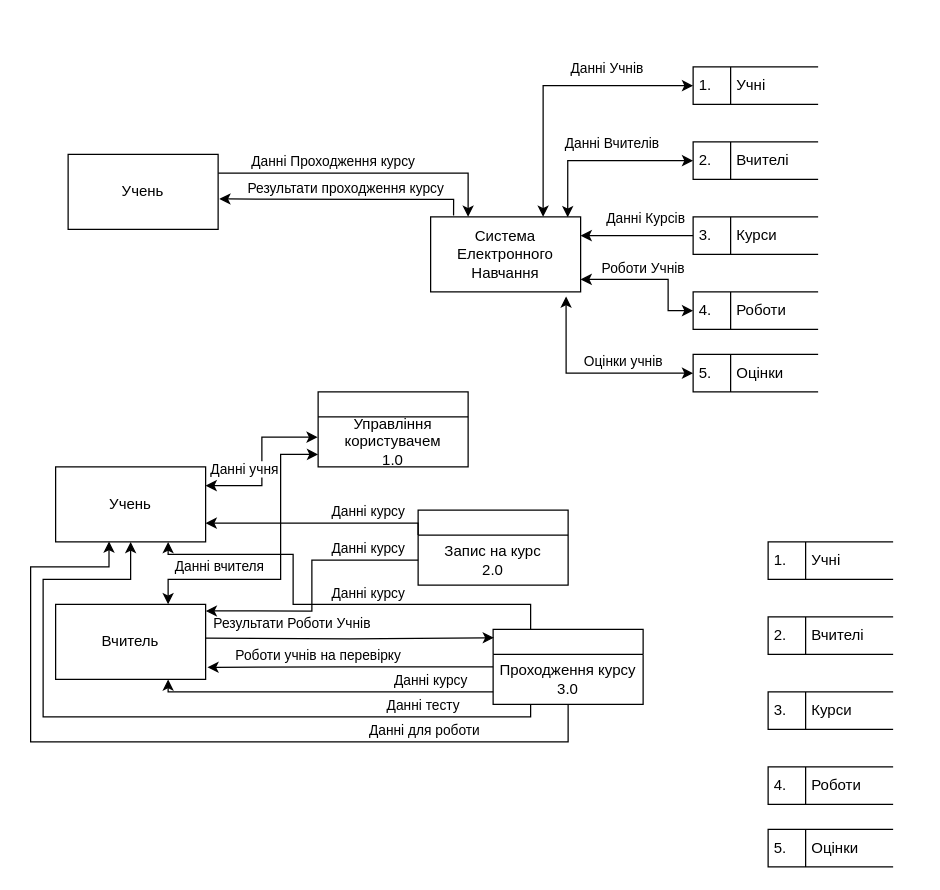
SlayVic/Charts keeps this draw.io diagram as page "DFD 0 level" (3 of 4) of LR2.drawio. Above is the earlier version. Source tidied: cells renumbered, new cells numbered last; positions are measured from the earlier drawing's top-left corner, leaving out a move shared by most shapes. Both pictures are drawn from the tidied source at 125%, with x=0, y=0 at pixel (30, 66).
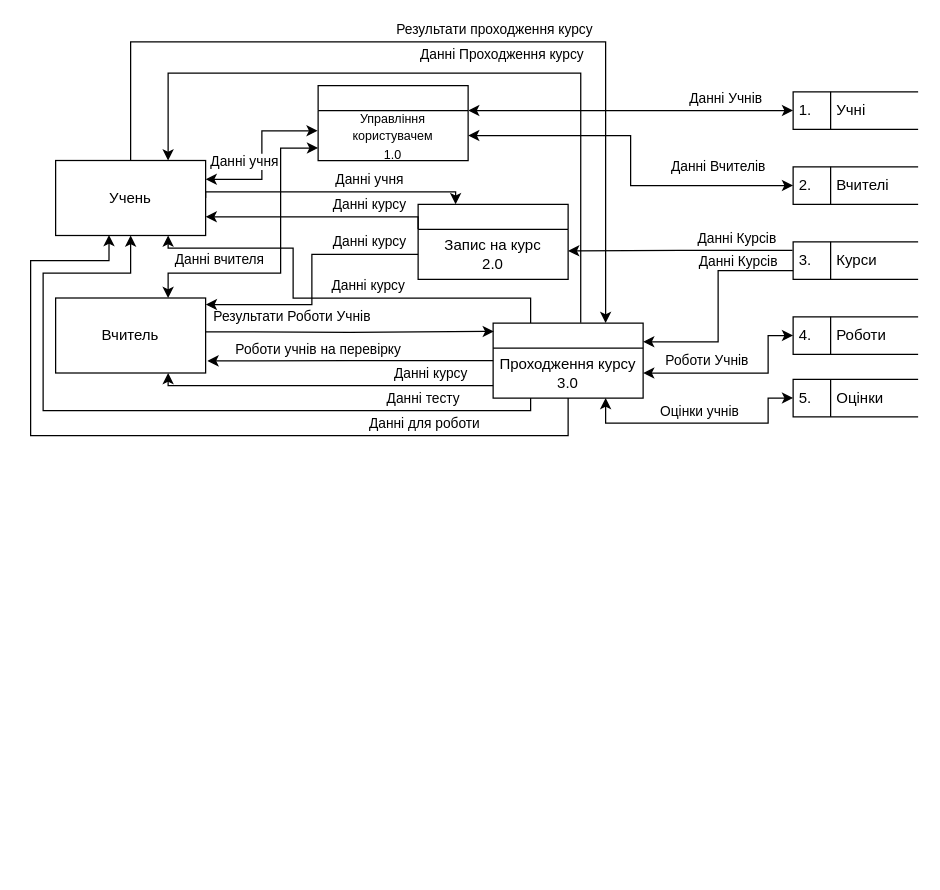
After the change.

Commit message:
DFD 0 level done (I hope so)

The change refers to these unchanged cells:
```xml
<mxCell id="27" style="swimlane;fontStyle=0;horizontal=1;startSize=20;fillColor=#ffffff;swimlaneFillColor=#ffffff;" parent="26" vertex="1">
  <mxGeometry width="120" height="60" as="geometry" />
</mxCell>
<mxCell id="28" value="Запис на курс&lt;br&gt;2.0" style="text;html=1;strokeColor=none;fillColor=none;align=center;verticalAlign=middle;whiteSpace=wrap;rounded=0;" parent="26" vertex="1">
  <mxGeometry y="20" width="120" height="40" as="geometry" />
</mxCell>
<mxCell id="30" style="swimlane;fontStyle=0;horizontal=1;startSize=20;fillColor=#ffffff;swimlaneFillColor=#ffffff;" parent="29" vertex="1">
  <mxGeometry width="120" height="60" as="geometry" />
</mxCell>
<mxCell id="31" value="Проходження курсу&lt;br&gt;3.0" style="text;html=1;strokeColor=none;fillColor=none;align=center;verticalAlign=middle;whiteSpace=wrap;rounded=0;" parent="29" vertex="1">
  <mxGeometry y="20" width="120" height="40" as="geometry" />
</mxCell>
```

The edit, as a diff of the source:
```diff
@@
-    <mxCell id="2" style="edgeStyle=orthogonalEdgeStyle;rounded=0;jettySize=auto;html=1;exitX=0.75;exitY=0;exitDx=0;exitDy=0;entryX=0;entryY=0.5;entryDx=0;entryDy=0;endArrow=classic;endFill=1;startArrow=classic;startFill=1;" parent="1" edge="1" source="4" target="10">
-      <mxGeometry relative="1" as="geometry" />
-    </mxCell>
-    <mxCell id="3" value="Данні Учнів" style="edgeLabel;html=1;align=center;verticalAlign=middle;" parent="2" vertex="1">
-      <mxGeometry x="0.26" y="1" relative="1" as="geometry">
-        <mxPoint x="13" y="-14" as="offset" />
-      </mxGeometry>
-    </mxCell>
-    <mxCell id="4" value="&lt;span&gt;Система Електронного&lt;/span&gt;&lt;br&gt;&lt;span&gt;Навчання&lt;/span&gt;" style="rounded=0;whiteSpace=wrap;html=1;" parent="1" vertex="1">
-      <mxGeometry x="320" y="120" width="120" height="60" as="geometry" />
-    </mxCell>
-    <mxCell id="5" style="edgeStyle=orthogonalEdgeStyle;rounded=0;jettySize=auto;html=1;exitX=1;exitY=0.25;exitDx=0;exitDy=0;entryX=0.25;entryY=0;entryDx=0;entryDy=0;endArrow=classic;endFill=1;" parent="1" edge="1" source="9" target="4">
-      <mxGeometry relative="1" as="geometry" />
-    </mxCell>
-    <mxCell id="6" value="Данні Проходження курсу" style="edgeLabel;html=1;align=center;verticalAlign=middle;" parent="5" vertex="1">
-      <mxGeometry x="-0.56" y="1" relative="1" as="geometry">
-        <mxPoint x="39" y="-9" as="offset" />
-      </mxGeometry>
-    </mxCell>
-    <mxCell id="7" style="edgeStyle=orthogonalEdgeStyle;rounded=0;jettySize=auto;html=1;exitX=0.153;exitY=-0.017;exitDx=0;exitDy=0;entryX=1.008;entryY=0.594;entryDx=0;entryDy=0;entryPerimeter=0;endArrow=classic;endFill=1;exitPerimeter=0;" parent="1" edge="1" source="4" target="9">
-      <mxGeometry relative="1" as="geometry">
-        <Array as="points">
-          <mxPoint x="338" y="106" />
-          <mxPoint x="280" y="106" />
-        </Array>
-      </mxGeometry>
-    </mxCell>
-    <mxCell id="8" value="Результати проходження курсу" style="edgeLabel;html=1;align=center;verticalAlign=middle;" parent="7" vertex="1">
-      <mxGeometry x="-0.53" y="-1" relative="1" as="geometry">
-        <mxPoint x="-53" y="-9" as="offset" />
-      </mxGeometry>
-    </mxCell>
-    <mxCell id="9" value="Учень" style="rounded=0;whiteSpace=wrap;html=1;" parent="1" vertex="1">
-      <mxGeometry x="30" y="70" width="120" height="60" as="geometry" />
-    </mxCell>
-    <mxCell id="10" value="1.&amp;nbsp; &amp;nbsp; &amp;nbsp; Учні" style="html=1;dashed=0;whitespace=wrap;shape=mxgraph.dfd.dataStoreID;align=left;spacingLeft=3;points=[[0,0],[0.5,0],[1,0],[0,0.5],[1,0.5],[0,1],[0.5,1],[1,1]];" parent="1" vertex="1">
-      <mxGeometry x="530" width="100" height="30" as="geometry" />
-    </mxCell>
-    <mxCell id="11" style="edgeStyle=orthogonalEdgeStyle;rounded=0;jettySize=auto;html=1;exitX=0;exitY=0.5;exitDx=0;exitDy=0;entryX=0.914;entryY=0.006;entryDx=0;entryDy=0;entryPerimeter=0;startArrow=classic;startFill=1;endArrow=classic;endFill=1;" parent="1" edge="1" source="13" target="4">
-      <mxGeometry relative="1" as="geometry" />
-    </mxCell>
-    <mxCell id="12" value="Данні Вчителів" style="edgeLabel;html=1;align=center;verticalAlign=middle;" parent="11" vertex="1">
-      <mxGeometry x="-0.09" relative="1" as="geometry">
-        <mxPoint y="-15" as="offset" />
-      </mxGeometry>
-    </mxCell>
-    <mxCell id="13" value="2.&amp;nbsp; &amp;nbsp; &amp;nbsp; Вчителі" style="html=1;dashed=0;whitespace=wrap;shape=mxgraph.dfd.dataStoreID;align=left;spacingLeft=3;points=[[0,0],[0.5,0],[1,0],[0,0.5],[1,0.5],[0,1],[0.5,1],[1,1]];" parent="1" vertex="1">
-      <mxGeometry x="530" y="60" width="100" height="30" as="geometry" />
-    </mxCell>
-    <mxCell id="14" style="edgeStyle=orthogonalEdgeStyle;rounded=0;jettySize=auto;html=1;exitX=0;exitY=0.5;exitDx=0;exitDy=0;entryX=1;entryY=0.25;entryDx=0;entryDy=0;startArrow=none;startFill=0;endArrow=classic;endFill=1;" parent="1" edge="1" source="16" target="4">
-      <mxGeometry relative="1" as="geometry" />
-    </mxCell>
-    <mxCell id="15" value="Данні Курсів" style="edgeLabel;html=1;align=center;verticalAlign=middle;" parent="14" vertex="1">
-      <mxGeometry x="0.25" y="-1" relative="1" as="geometry">
-        <mxPoint x="17" y="-14" as="offset" />
-      </mxGeometry>
-    </mxCell>
-    <mxCell id="16" value="3.&amp;nbsp; &amp;nbsp; &amp;nbsp; Курси" style="html=1;dashed=0;whitespace=wrap;shape=mxgraph.dfd.dataStoreID;align=left;spacingLeft=3;points=[[0,0],[0.5,0],[1,0],[0,0.5],[1,0.5],[0,1],[0.5,1],[1,1]];" parent="1" vertex="1">
-      <mxGeometry x="530" y="120" width="100" height="30" as="geometry" />
-    </mxCell>
-    <mxCell id="17" style="edgeStyle=orthogonalEdgeStyle;rounded=0;orthogonalLoop=1;jettySize=auto;html=1;exitX=0;exitY=0.5;exitDx=0;exitDy=0;entryX=1;entryY=0.75;entryDx=0;entryDy=0;startArrow=classic;startFill=1;endArrow=classic;endFill=1;" parent="1" edge="1">
-      <mxGeometry relative="1" as="geometry">
-        <mxPoint x="530" y="195" as="sourcePoint" />
-        <mxPoint x="440" y="170" as="targetPoint" />
-        <Array as="points">
-          <mxPoint x="510" y="195" />
-          <mxPoint x="510" y="170" />
-        </Array>
-      </mxGeometry>
-    </mxCell>
-    <mxCell id="18" value="Роботи Учнів" style="edgeLabel;html=1;align=center;verticalAlign=middle;" parent="17" vertex="1">
-      <mxGeometry x="0.41" relative="1" as="geometry">
-        <mxPoint x="15" y="-10" as="offset" />
-      </mxGeometry>
-    </mxCell>
-    <mxCell id="19" value="4.&amp;nbsp; &amp;nbsp; &amp;nbsp; Роботи" style="html=1;dashed=0;whitespace=wrap;shape=mxgraph.dfd.dataStoreID;align=left;spacingLeft=3;" parent="1" vertex="1">
-      <mxGeometry x="530" y="180" width="100" height="30" as="geometry" />
-    </mxCell>
-    <mxCell id="20" style="edgeStyle=orthogonalEdgeStyle;rounded=0;jettySize=auto;html=1;exitX=0;exitY=0.5;exitDx=0;exitDy=0;entryX=0.903;entryY=1.061;entryDx=0;entryDy=0;entryPerimeter=0;startArrow=classic;startFill=1;endArrow=classic;endFill=1;" parent="1" edge="1" source="22" target="4">
-      <mxGeometry relative="1" as="geometry" />
-    </mxCell>
-    <mxCell id="21" value="Оцінки учнів" style="edgeLabel;html=1;align=center;verticalAlign=middle;" parent="20" vertex="1">
-      <mxGeometry x="0.06" y="1" relative="1" as="geometry">
-        <mxPoint x="29" y="-11" as="offset" />
-      </mxGeometry>
-    </mxCell>
-    <mxCell id="22" value="5.&amp;nbsp; &amp;nbsp; &amp;nbsp; Оцінки" style="html=1;dashed=0;whitespace=wrap;shape=mxgraph.dfd.dataStoreID;align=left;spacingLeft=3;points=[[0,0],[0.5,0],[1,0],[0,0.5],[1,0.5],[0,1],[0.5,1],[1,1]];" parent="1" vertex="1">
-      <mxGeometry x="530" y="230" width="100" height="30" as="geometry" />
-    </mxCell>
     <mxCell id="23" style="group;" parent="1" vertex="1">
-      <mxGeometry x="230" y="260" width="120" height="60" as="geometry" />
+      <mxGeometry x="230" y="14.9" width="120" height="60" as="geometry" />
     </mxCell>
@@
-    <mxCell id="25" value="Управління користувачем&lt;br&gt;1.0" style="text;html=1;strokeColor=none;fillColor=none;align=center;verticalAlign=middle;whiteSpace=wrap;rounded=0;" parent="23" vertex="1">
+    <mxCell id="25" value="&lt;font style=&quot;font-size: 10px&quot;&gt;Управління користувачем&lt;br&gt;1.0&lt;/font&gt;" style="text;html=1;strokeColor=none;fillColor=none;align=center;verticalAlign=middle;whiteSpace=wrap;rounded=0;" parent="23" vertex="1">
       <mxGeometry y="20" width="120" height="40" as="geometry" />
     </mxCell>
     <mxCell id="26" style="group;" parent="1" vertex="1">
-      <mxGeometry x="310" y="354.5" width="120" height="60" as="geometry" />
+      <mxGeometry x="310" y="109.9" width="120" height="60" as="geometry" />
     </mxCell>
@@
     <mxCell id="29" style="group;" parent="1" vertex="1">
-      <mxGeometry x="370" y="450" width="120" height="60" as="geometry" />
+      <mxGeometry x="370" y="204.9" width="120" height="60" as="geometry" />
     </mxCell>
@@
+    <mxCell id="59" style="edgeStyle=orthogonalEdgeStyle;rounded=0;jettySize=auto;html=1;exitX=1;exitY=0.5;exitDx=0;exitDy=0;entryX=0.25;entryY=0;entryDx=0;entryDy=0;" parent="1" edge="1" source="34" target="27">
+      <mxGeometry relative="1" as="geometry">
+        <Array as="points">
+          <mxPoint x="140" y="99.9" />
+          <mxPoint x="340" y="99.9" />
+        </Array>
+      </mxGeometry>
+    </mxCell>
     <mxCell id="34" value="Учень" style="rounded=0;whiteSpace=wrap;html=1;" parent="1" vertex="1">
-      <mxGeometry x="20" y="320" width="120" height="60" as="geometry" />
+      <mxGeometry x="20" y="74.9" width="120" height="60" as="geometry" />
     </mxCell>
     <mxCell id="35" style="edgeStyle=orthogonalEdgeStyle;rounded=0;jettySize=auto;html=1;exitX=0.75;exitY=0;exitDx=0;exitDy=0;entryX=0;entryY=0.75;entryDx=0;entryDy=0;startArrow=classic;startFill=1;" parent="1" edge="1" source="39" target="25">
       <mxGeometry relative="1" as="geometry">
         <Array as="points">
-          <mxPoint x="110" y="410" />
-          <mxPoint x="200" y="410" />
-          <mxPoint x="200" y="310" />
+          <mxPoint x="110" y="164.9" />
+          <mxPoint x="200" y="164.9" />
+          <mxPoint x="200" y="64.9" />
         </Array>
       </mxGeometry>
     </mxCell>
@@
     <mxCell id="37" style="edgeStyle=orthogonalEdgeStyle;rounded=0;jettySize=auto;html=1;entryX=0.005;entryY=0.112;entryDx=0;entryDy=0;startArrow=none;startFill=0;entryPerimeter=0;" parent="1" edge="1" target="30">
       <mxGeometry relative="1" as="geometry">
-        <mxPoint x="140" y="457" as="sourcePoint" />
+        <mxPoint x="140" y="211.9" as="sourcePoint" />
       </mxGeometry>
     </mxCell>
@@
     <mxCell id="39" value="Вчитель" style="rounded=0;whiteSpace=wrap;html=1;" parent="1" vertex="1">
-      <mxGeometry x="20" y="430" width="120" height="60" as="geometry" />
+      <mxGeometry x="20" y="184.9" width="120" height="60" as="geometry" />
     </mxCell>
     <mxCell id="40" value="1.&amp;nbsp; &amp;nbsp; &amp;nbsp; Учні" style="html=1;dashed=0;whitespace=wrap;shape=mxgraph.dfd.dataStoreID;align=left;spacingLeft=3;points=[[0,0],[0.5,0],[1,0],[0,0.5],[1,0.5],[0,1],[0.5,1],[1,1]];" parent="1" vertex="1">
-      <mxGeometry x="590" y="380" width="100" height="30" as="geometry" />
+      <mxGeometry x="610" y="19.9" width="100" height="30" as="geometry" />
     </mxCell>
+    <mxCell id="60" style="edgeStyle=orthogonalEdgeStyle;rounded=0;jettySize=auto;html=1;exitX=0;exitY=0.5;exitDx=0;exitDy=0;entryX=1;entryY=0.5;entryDx=0;entryDy=0;fontSize=10;startArrow=classic;startFill=1;" parent="1" edge="1" source="41" target="25">
+      <mxGeometry relative="1" as="geometry" />
+    </mxCell>
+    <mxCell id="12" value="&lt;span style=&quot;font-size: 11px;&quot;&gt;Данні Вчителів&lt;/span&gt;" style="edgeLabel;html=1;align=center;verticalAlign=middle;fontSize=11;" parent="60" vertex="1">
+      <mxGeometry x="-0.27" y="-1" relative="1" as="geometry">
+        <mxPoint x="49" y="-14" as="offset" />
+      </mxGeometry>
+    </mxCell>
     <mxCell id="41" value="2.&amp;nbsp; &amp;nbsp; &amp;nbsp; Вчителі" style="html=1;dashed=0;whitespace=wrap;shape=mxgraph.dfd.dataStoreID;align=left;spacingLeft=3;points=[[0,0],[0.5,0],[1,0],[0,0.5],[1,0.5],[0,1],[0.5,1],[1,1]];" parent="1" vertex="1">
-      <mxGeometry x="590" y="440" width="100" height="30" as="geometry" />
+      <mxGeometry x="610" y="79.9" width="100" height="30" as="geometry" />
     </mxCell>
+    <mxCell id="61" style="edgeStyle=orthogonalEdgeStyle;rounded=0;jettySize=auto;html=1;exitX=-0.005;exitY=0.229;exitDx=0;exitDy=0;fontSize=11;startArrow=none;startFill=0;exitPerimeter=0;entryX=1;entryY=0.433;entryDx=0;entryDy=0;entryPerimeter=0;" parent="1" edge="1" source="42" target="28">
+      <mxGeometry relative="1" as="geometry" />
+    </mxCell>
+    <mxCell id="62" value="Данні Курсів" style="edgeLabel;html=1;align=center;verticalAlign=middle;fontSize=11;" parent="61" vertex="1">
+      <mxGeometry x="-0.12" relative="1" as="geometry">
+        <mxPoint x="34" y="-10" as="offset" />
+      </mxGeometry>
+    </mxCell>
+    <mxCell id="63" style="edgeStyle=orthogonalEdgeStyle;rounded=0;jettySize=auto;html=1;exitX=0.004;exitY=0.771;exitDx=0;exitDy=0;entryX=1;entryY=0.25;entryDx=0;entryDy=0;fontSize=11;startArrow=none;startFill=0;exitPerimeter=0;" parent="1" edge="1" source="42" target="30">
+      <mxGeometry relative="1" as="geometry" />
+    </mxCell>
+    <mxCell id="64" value="Данні Курсів" style="edgeLabel;html=1;align=center;verticalAlign=middle;fontSize=11;" parent="63" vertex="1">
+      <mxGeometry x="-0.49" y="-1" relative="1" as="geometry">
+        <mxPoint y="-7" as="offset" />
+      </mxGeometry>
+    </mxCell>
     <mxCell id="42" value="3.&amp;nbsp; &amp;nbsp; &amp;nbsp; Курси" style="html=1;dashed=0;whitespace=wrap;shape=mxgraph.dfd.dataStoreID;align=left;spacingLeft=3;points=[[0,0],[0.5,0],[1,0],[0,0.5],[1,0.5],[0,1],[0.5,1],[1,1]];" parent="1" vertex="1">
-      <mxGeometry x="590" y="500" width="100" height="30" as="geometry" />
+      <mxGeometry x="610" y="139.9" width="100" height="30" as="geometry" />
     </mxCell>
+    <mxCell id="65" style="edgeStyle=orthogonalEdgeStyle;rounded=0;jettySize=auto;html=1;exitX=0;exitY=0.5;exitDx=0;exitDy=0;entryX=1;entryY=0.5;entryDx=0;entryDy=0;fontSize=11;startArrow=classic;startFill=1;" parent="1" edge="1" source="43" target="31">
+      <mxGeometry relative="1" as="geometry">
+        <Array as="points">
+          <mxPoint x="590" y="214.9" />
+          <mxPoint x="590" y="244.9" />
+        </Array>
+      </mxGeometry>
+    </mxCell>
+    <mxCell id="18" value="Роботи Учнів" style="edgeLabel;html=1;align=center;verticalAlign=middle;fontSize=11;" parent="65" vertex="1">
+      <mxGeometry x="0.52" y="1" relative="1" as="geometry">
+        <mxPoint x="14" y="-11" as="offset" />
+      </mxGeometry>
+    </mxCell>
     <mxCell id="43" value="4.&amp;nbsp; &amp;nbsp; &amp;nbsp; Роботи" style="html=1;dashed=0;whitespace=wrap;shape=mxgraph.dfd.dataStoreID;align=left;spacingLeft=3;points=[[0,0],[0.5,0],[1,0],[0,0.5],[1,0.5],[0,1],[0.5,1],[1,1]];" parent="1" vertex="1">
-      <mxGeometry x="590" y="560" width="100" height="30" as="geometry" />
+      <mxGeometry x="610" y="199.9" width="100" height="30" as="geometry" />
     </mxCell>
+    <mxCell id="66" style="edgeStyle=orthogonalEdgeStyle;rounded=0;jettySize=auto;html=1;exitX=0;exitY=0.5;exitDx=0;exitDy=0;entryX=0.75;entryY=1;entryDx=0;entryDy=0;fontSize=11;startArrow=classic;startFill=1;" parent="1" edge="1" source="44" target="31">
+      <mxGeometry relative="1" as="geometry">
+        <Array as="points">
+          <mxPoint x="590" y="264.9" />
+          <mxPoint x="590" y="284.9" />
+          <mxPoint x="460" y="284.9" />
+        </Array>
+      </mxGeometry>
+    </mxCell>
+    <mxCell id="21" value="Оцінки учнів" style="edgeLabel;html=1;align=center;verticalAlign=middle;fontSize=11;" parent="66" vertex="1">
+      <mxGeometry x="0.39" y="-1" relative="1" as="geometry">
+        <mxPoint x="36" y="-8" as="offset" />
+      </mxGeometry>
+    </mxCell>
     <mxCell id="44" value="5.&amp;nbsp; &amp;nbsp; &amp;nbsp; Оцінки" style="html=1;dashed=0;whitespace=wrap;shape=mxgraph.dfd.dataStoreID;align=left;spacingLeft=3;points=[[0,0],[0.5,0],[1,0],[0,0.5],[1,0.5],[0,1],[0.5,1],[1,1]];" parent="1" vertex="1">
-      <mxGeometry x="590" y="610" width="100" height="30" as="geometry" />
+      <mxGeometry x="610" y="249.9" width="100" height="30" as="geometry" />
     </mxCell>
@@
     <mxCell id="49" style="edgeStyle=orthogonalEdgeStyle;rounded=0;jettySize=auto;html=1;exitX=0;exitY=0.75;exitDx=0;exitDy=0;entryX=0.75;entryY=1;entryDx=0;entryDy=0;startArrow=none;startFill=0;" parent="1" edge="1" source="31" target="39">
       <mxGeometry relative="1" as="geometry">
         <Array as="points">
-          <mxPoint x="110" y="500" />
+          <mxPoint x="110" y="254.9" />
         </Array>
       </mxGeometry>
     </mxCell>
@@
     <mxCell id="51" style="edgeStyle=orthogonalEdgeStyle;rounded=0;jettySize=auto;html=1;exitX=0;exitY=0;exitDx=0;exitDy=0;entryX=1;entryY=0.75;entryDx=0;entryDy=0;startArrow=none;startFill=0;" parent="1" edge="1" source="28" target="34">
       <mxGeometry relative="1" as="geometry">
         <Array as="points">
-          <mxPoint x="310" y="365" />
+          <mxPoint x="310" y="119.9" />
         </Array>
       </mxGeometry>
     </mxCell>
@@
     <mxCell id="53" style="edgeStyle=orthogonalEdgeStyle;rounded=0;jettySize=auto;html=1;exitX=0.25;exitY=0;exitDx=0;exitDy=0;entryX=0.75;entryY=1;entryDx=0;entryDy=0;startArrow=none;startFill=0;" parent="1" edge="1" source="30" target="34">
       <mxGeometry relative="1" as="geometry">
         <Array as="points">
-          <mxPoint x="400" y="430" />
-          <mxPoint x="210" y="430" />
-          <mxPoint x="210" y="390" />
-          <mxPoint x="110" y="390" />
+          <mxPoint x="400" y="184.9" />
+          <mxPoint x="210" y="184.9" />
+          <mxPoint x="210" y="144.9" />
+          <mxPoint x="110" y="144.9" />
         </Array>
       </mxGeometry>
     </mxCell>
@@
     <mxCell id="55" style="edgeStyle=orthogonalEdgeStyle;rounded=0;jettySize=auto;html=1;exitX=0.25;exitY=1;exitDx=0;exitDy=0;entryX=0.5;entryY=1;entryDx=0;entryDy=0;startArrow=none;startFill=0;" parent="1" edge="1" source="31" target="34">
       <mxGeometry relative="1" as="geometry">
         <Array as="points">
-          <mxPoint x="400" y="520" />
-          <mxPoint x="10" y="520" />
-          <mxPoint x="10" y="410" />
-          <mxPoint x="80" y="410" />
+          <mxPoint x="400" y="274.9" />
+          <mxPoint x="10" y="274.9" />
+          <mxPoint x="10" y="164.9" />
+          <mxPoint x="80" y="164.9" />
         </Array>
       </mxGeometry>
     </mxCell>
@@
     <mxCell id="57" style="edgeStyle=orthogonalEdgeStyle;rounded=0;jettySize=auto;html=1;exitX=0.5;exitY=1;exitDx=0;exitDy=0;entryX=0.356;entryY=0.994;entryDx=0;entryDy=0;entryPerimeter=0;startArrow=none;startFill=0;" parent="1" edge="1" source="31" target="34">
       <mxGeometry relative="1" as="geometry">
         <Array as="points">
-          <mxPoint x="430" y="540" />
-          <mxPoint y="540" />
-          <mxPoint y="400" />
-          <mxPoint x="63" y="400" />
+          <mxPoint x="430" y="294.9" />
+          <mxPoint y="294.9" />
+          <mxPoint y="154.9" />
+          <mxPoint x="63" y="154.9" />
         </Array>
       </mxGeometry>
     </mxCell>
@@
+    <mxCell id="67" style="edgeStyle=orthogonalEdgeStyle;rounded=0;jettySize=auto;html=1;exitX=0.584;exitY=-0.002;exitDx=0;exitDy=0;entryX=0.75;entryY=0;entryDx=0;entryDy=0;exitPerimeter=0;" parent="1" edge="1" source="30" target="34">
+      <mxGeometry relative="1" as="geometry">
+        <Array as="points">
+          <mxPoint x="440" y="4.9" />
+          <mxPoint x="110" y="4.9" />
+        </Array>
+      </mxGeometry>
+    </mxCell>
+    <mxCell id="6" value="Данні Проходження курсу" style="edgeLabel;html=1;align=center;verticalAlign=middle;" parent="67" vertex="1">
+      <mxGeometry x="-0.25" y="-1" relative="1" as="geometry">
+        <mxPoint x="-38" y="-14" as="offset" />
+      </mxGeometry>
+    </mxCell>
+    <mxCell id="68" style="edgeStyle=orthogonalEdgeStyle;rounded=0;jettySize=auto;html=1;exitX=0.5;exitY=0;exitDx=0;exitDy=0;entryX=0.75;entryY=0;entryDx=0;entryDy=0;" parent="1" edge="1" source="34" target="30">
+      <mxGeometry relative="1" as="geometry">
+        <Array as="points">
+          <mxPoint x="80" y="-20.1" />
+          <mxPoint x="460" y="-20.1" />
+        </Array>
+      </mxGeometry>
+    </mxCell>
+    <mxCell id="8" value="Результати проходження курсу" style="edgeLabel;html=1;align=center;verticalAlign=middle;" parent="68" vertex="1">
+      <mxGeometry x="0.1" relative="1" as="geometry">
+        <mxPoint y="-10" as="offset" />
+      </mxGeometry>
+    </mxCell>
+    <mxCell id="69" value="Данні учня" style="edgeLabel;html=1;align=center;verticalAlign=middle;" parent="1" vertex="1">
+      <mxGeometry x="270" y="89.9" as="geometry" />
+    </mxCell>
+    <mxCell id="70" style="edgeStyle=orthogonalEdgeStyle;rounded=0;jettySize=auto;html=1;entryX=0;entryY=0.5;entryDx=0;entryDy=0;fontSize=10;startArrow=classic;startFill=1;exitX=1;exitY=0;exitDx=0;exitDy=0;" parent="1" edge="1" source="25" target="40">
+      <mxGeometry relative="1" as="geometry">
+        <Array as="points">
+          <mxPoint x="420" y="34.9" />
+          <mxPoint x="420" y="34.9" />
+        </Array>
+      </mxGeometry>
+    </mxCell>
+    <mxCell id="3" value="Данні Учнів" style="edgeLabel;html=1;align=center;verticalAlign=middle;fontSize=11;" parent="70" vertex="1">
+      <mxGeometry x="0.46" y="1" relative="1" as="geometry">
+        <mxPoint x="15" y="-9" as="offset" />
+      </mxGeometry>
+    </mxCell>
```
